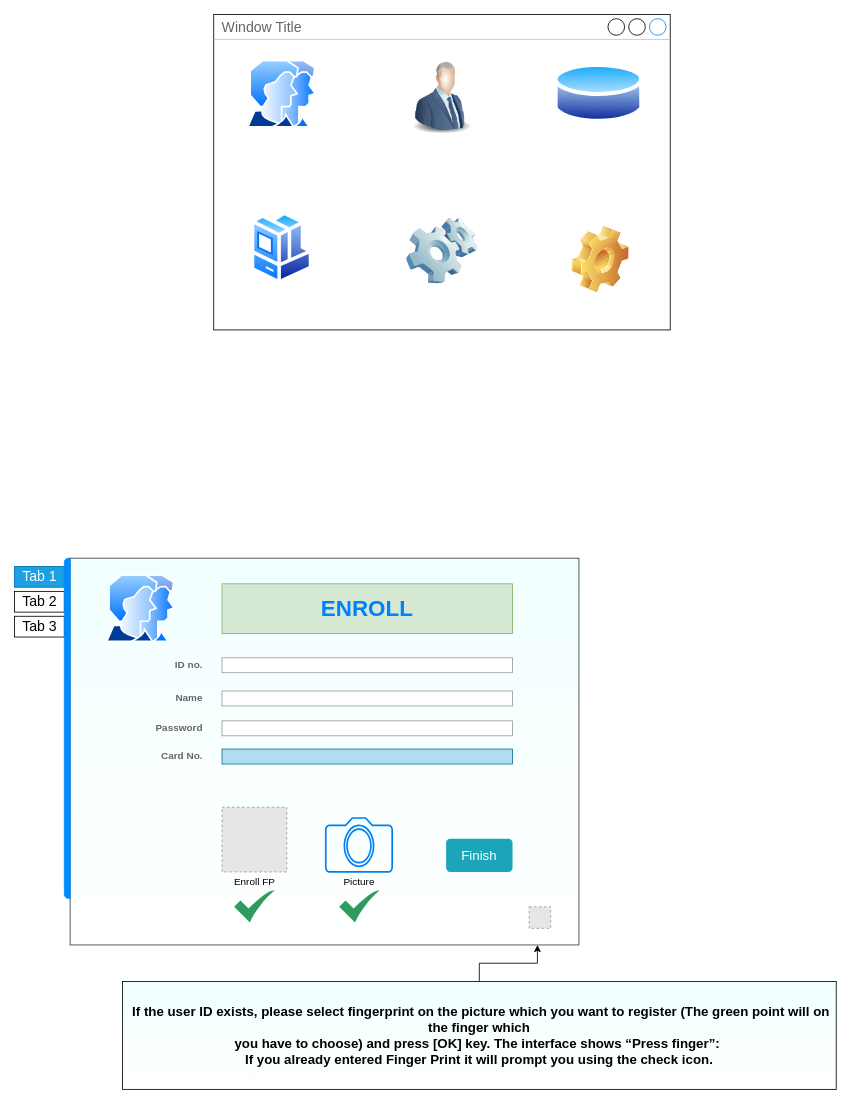
Above: Untitled Diagram.drawio in Adam-22-26/project-again (draw.io), before the change. Source tidied: cells renumbered, new cells numbered last; positions are measured from the earlier drawing's top-left corner, leaving out a move shared by most shapes. Both pictures are drawn from the tidied source at 83%, with x=0, y=0 at pixel (14, 14). Pictures stored in the file or linked from it are replaced by grey dashed boxes.
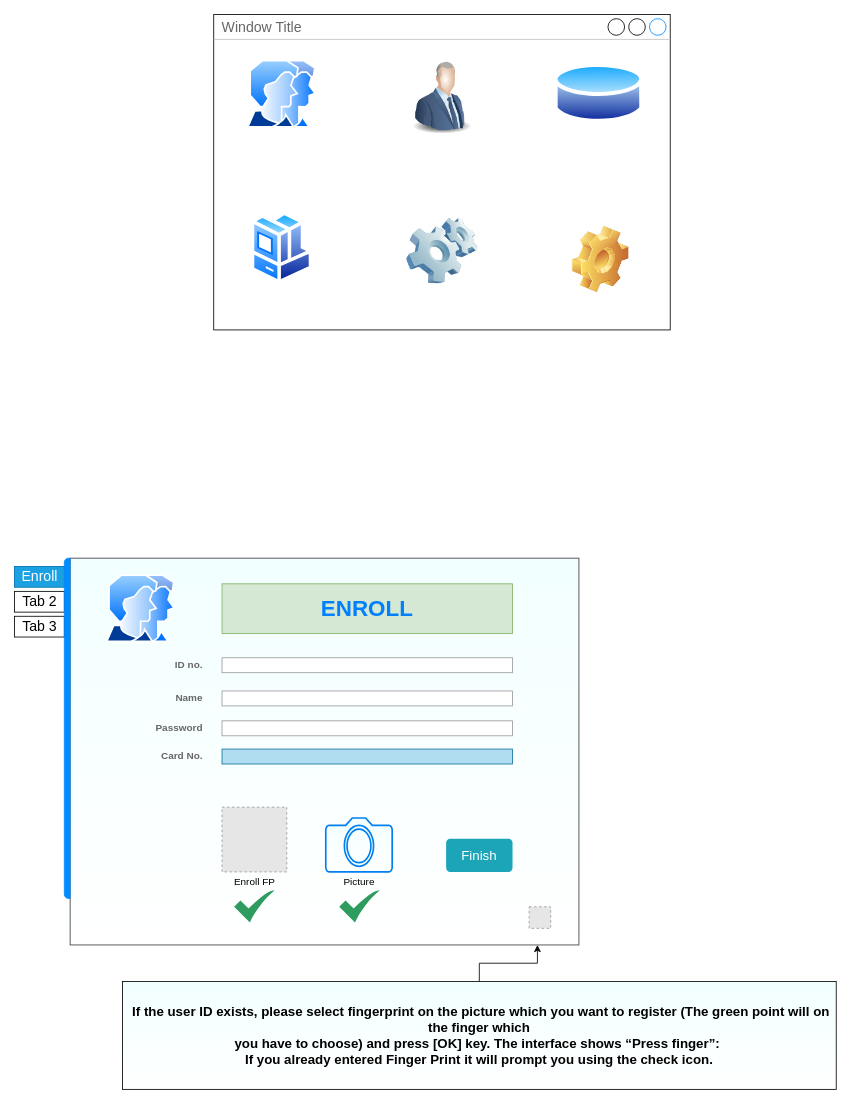
The same diagram, later.

The change refers to these unchanged cells:
```xml
<mxCell id="9" style="strokeWidth=1;shadow=0;dashed=0;align=center;html=1;shape=mxgraph.mockup.containers.marginRect2;rectMarginLeft=67;strokeColor=#36393d;gradientColor=#ffffff;fillColor=#F2FFFF;" parent="1" vertex="1">
  <mxGeometry y="655" width="680" height="466" as="geometry" />
</mxCell>
```

Diff of the diagram source:
```diff
@@
-    <mxCell id="10" value="Tab 1" style="strokeColor=#006EAF;fillColor=#1ba1e2;strokeWidth=1;shadow=0;dashed=0;align=center;html=1;shape=mxgraph.mockup.containers.rrect;rSize=0;fontSize=17;fontColor=#ffffff;" parent="9" vertex="1">
+    <mxCell id="10" value="Enroll" style="strokeColor=#006EAF;fillColor=#1ba1e2;strokeWidth=1;shadow=0;dashed=0;align=center;html=1;shape=mxgraph.mockup.containers.rrect;rSize=0;fontSize=17;fontColor=#ffffff;" parent="9" vertex="1">
       <mxGeometry width="60" height="25" relative="1" as="geometry">
         <mxPoint y="10" as="offset" />
       </mxGeometry>
     </mxCell>
```
